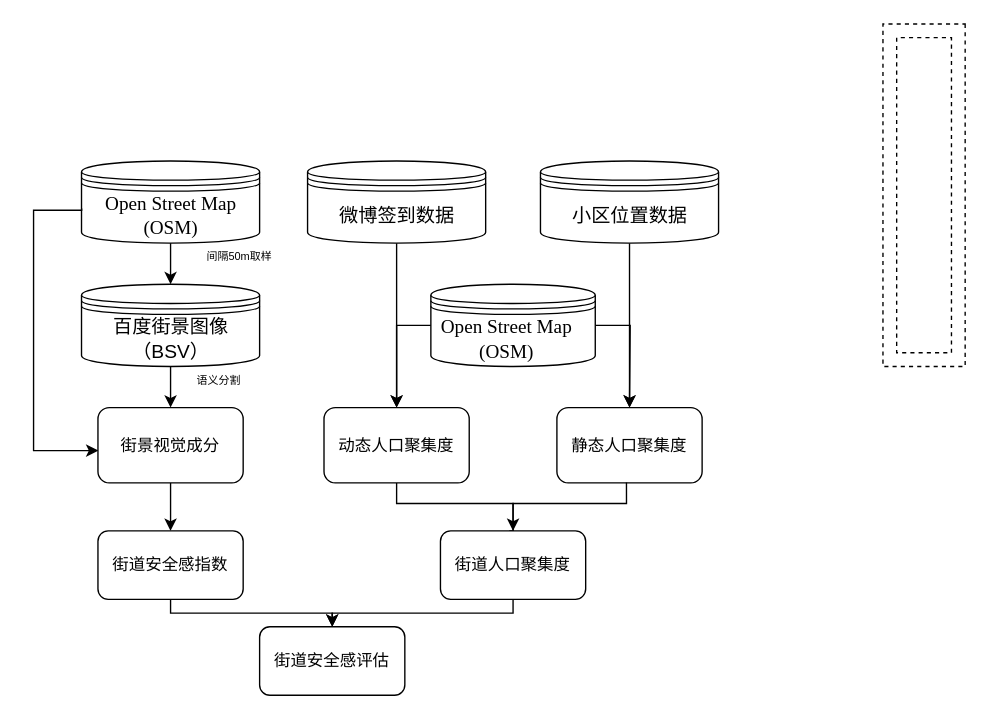
Earlier version of the draw.io diagram urban_sense.drawio (xiaotongtongxue/flowChar). Source tidied: cells renumbered, new cells numbered last; positions are measured from the earlier drawing's top-left corner, leaving out a move shared by most shapes. Both pictures are drawn from the tidied source at 137%, with x=0, y=0 at pixel (33, 23).
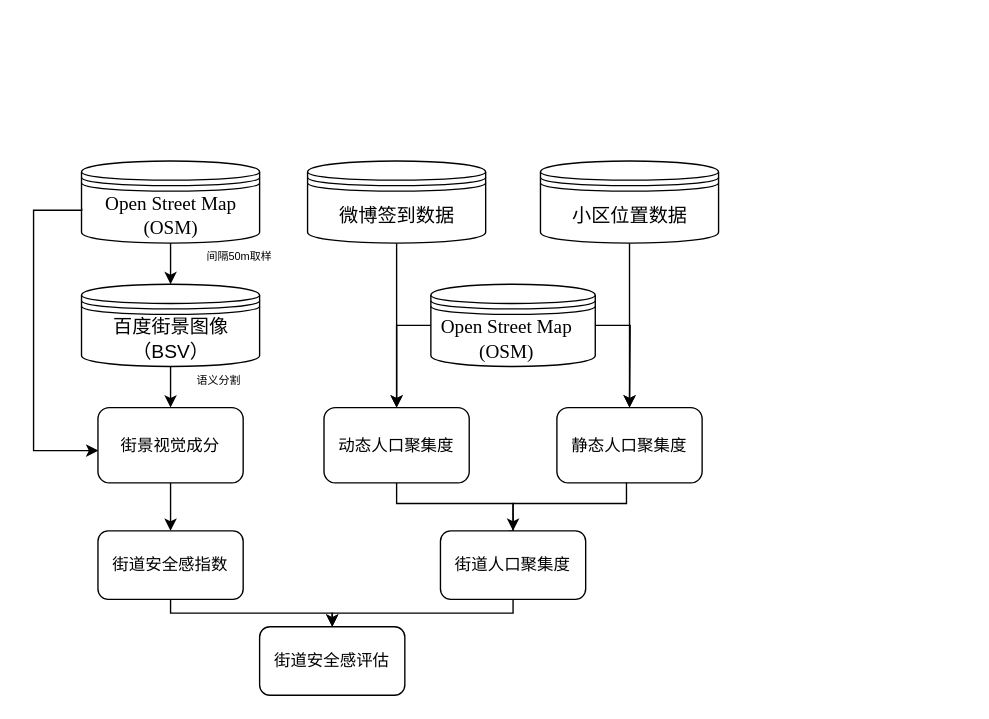
The same page after the edit.

Diff of the diagram source:
```diff
@@
-    <mxCell id="2" style="verticalLabelPosition=bottom;verticalAlign=top;html=1;shape=mxgraph.basic.frame;dx=10;dashed=1;" parent="1" vertex="1">
-      <mxGeometry x="620" width="60" height="250" as="geometry" />
-    </mxCell>
```
